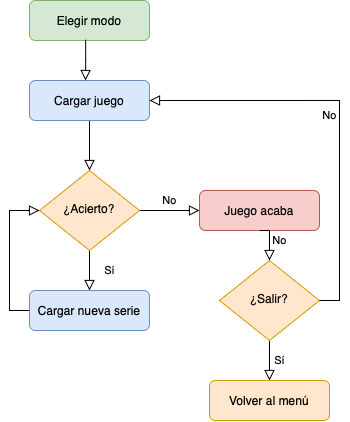
Before: media/diagrama.png, a diagram exported from draw.io (aom387ISO/higherOrLower). Source tidied: cells renumbered, new cells last; positions are measured from the earlier drawing's top-left corner, leaving out a move shared by most shapes. Source of this version:
```xml
<mxGraphModel>
  <root>
    <mxCell id="0" />
    <mxCell id="1" parent="0" />
    <mxCell id="2" style="rounded=0;html=1;jettySize=auto;fontSize=11;endArrow=block;endFill=0;endSize=8;strokeWidth=1;shadow=0;labelBackgroundColor=none;edgeStyle=orthogonalEdgeStyle;" parent="1" edge="1" source="3" target="6">
      <mxGeometry relative="1" as="geometry" />
    </mxCell>
    <mxCell id="3" value="Cargar juego" style="rounded=1;whiteSpace=wrap;html=1;fontSize=12;glass=0;strokeWidth=1;shadow=0;fillColor=#dae8fc;strokeColor=#6c8ebf;" parent="1" vertex="1">
      <mxGeometry y="80" width="120" height="40" as="geometry" />
    </mxCell>
    <mxCell id="4" value="Sí" style="rounded=0;html=1;jettySize=auto;fontSize=11;endArrow=block;endFill=0;endSize=8;strokeWidth=1;shadow=0;labelBackgroundColor=none;edgeStyle=orthogonalEdgeStyle;entryX=0.5;entryY=0;entryDx=0;entryDy=0;" parent="1" edge="1" source="6" target="11">
      <mxGeometry y="20" relative="1" as="geometry" />
    </mxCell>
    <mxCell id="5" value="No" style="edgeStyle=orthogonalEdgeStyle;rounded=0;html=1;jettySize=auto;fontSize=11;endArrow=block;endFill=0;endSize=8;strokeWidth=1;shadow=0;labelBackgroundColor=none;" parent="1" edge="1" source="6" target="7">
      <mxGeometry y="10" relative="1" as="geometry" />
    </mxCell>
    <mxCell id="6" value="¿Acierto?" style="rhombus;whiteSpace=wrap;html=1;shadow=0;fontFamily=Helvetica;fontSize=12;align=center;strokeWidth=1;spacing=6;spacingTop=-4;fillColor=#ffe6cc;strokeColor=#d79b00;" parent="1" vertex="1">
      <mxGeometry x="10" y="170" width="100" height="80" as="geometry" />
    </mxCell>
    <mxCell id="7" value="Juego acaba" style="rounded=1;whiteSpace=wrap;html=1;fontSize=12;glass=0;strokeWidth=1;shadow=0;fillColor=#f8cecc;strokeColor=#b85450;" parent="1" vertex="1">
      <mxGeometry x="170" y="190" width="120" height="40" as="geometry" />
    </mxCell>
    <mxCell id="8" style="edgeStyle=orthogonalEdgeStyle;rounded=0;html=1;jettySize=auto;fontSize=11;endArrow=block;endFill=0;endSize=8;strokeWidth=1;shadow=0;labelBackgroundColor=none;entryX=0;entryY=0.5;entryDx=0;entryDy=0;exitX=0;exitY=0.5;exitDx=0;exitDy=0;" parent="1" edge="1" source="11" target="6">
      <mxGeometry y="10" relative="1" as="geometry" />
    </mxCell>
    <mxCell id="9" value="Elegir modo" style="rounded=1;whiteSpace=wrap;html=1;fontSize=12;glass=0;strokeWidth=1;shadow=0;fillColor=#d5e8d4;strokeColor=#82b366;" parent="1" vertex="1">
      <mxGeometry width="120" height="40" as="geometry" />
    </mxCell>
    <mxCell id="10" style="rounded=0;html=1;jettySize=auto;fontSize=11;endArrow=block;endFill=0;endSize=8;strokeWidth=1;shadow=0;labelBackgroundColor=none;edgeStyle=orthogonalEdgeStyle;exitX=0.468;exitY=0.98;exitDx=0;exitDy=0;exitPerimeter=0;" parent="1" edge="1" source="9">
      <mxGeometry relative="1" as="geometry">
        <mxPoint x="56" y="80" as="targetPoint" />
      </mxGeometry>
    </mxCell>
    <mxCell id="11" value="Cargar nueva serie" style="rounded=1;whiteSpace=wrap;html=1;fontSize=12;glass=0;strokeWidth=1;shadow=0;fillColor=#dae8fc;strokeColor=#6c8ebf;" parent="1" vertex="1">
      <mxGeometry y="290" width="120" height="40" as="geometry" />
    </mxCell>
    <mxCell id="12" value="Sí" style="edgeStyle=orthogonalEdgeStyle;rounded=0;html=1;jettySize=auto;fontSize=11;endArrow=block;endFill=0;endSize=8;strokeWidth=1;shadow=0;labelBackgroundColor=none;" parent="1" edge="1" source="13" target="14">
      <mxGeometry y="10" relative="1" as="geometry" />
    </mxCell>
    <mxCell id="13" value="¿Salir?" style="rhombus;whiteSpace=wrap;html=1;shadow=0;fontFamily=Helvetica;fontSize=12;align=center;strokeWidth=1;spacing=6;spacingTop=-4;fillColor=#ffe6cc;strokeColor=#d79b00;" parent="1" vertex="1">
      <mxGeometry x="190" y="260" width="100" height="80" as="geometry" />
    </mxCell>
    <mxCell id="14" value="Volver al menú" style="rounded=1;whiteSpace=wrap;html=1;fontSize=12;glass=0;strokeWidth=1;shadow=0;fillColor=#ffe6cc;strokeColor=#d79b00;" parent="1" vertex="1">
      <mxGeometry x="180" y="380" width="120" height="40" as="geometry" />
    </mxCell>
    <mxCell id="15" value="No" style="edgeStyle=orthogonalEdgeStyle;rounded=0;html=1;jettySize=auto;fontSize=11;endArrow=block;endFill=0;endSize=8;strokeWidth=1;shadow=0;labelBackgroundColor=none;exitX=0.5;exitY=1;exitDx=0;exitDy=0;entryX=0.5;entryY=0;entryDx=0;entryDy=0;" parent="1" edge="1" source="7" target="13">
      <mxGeometry y="10" relative="1" as="geometry">
        <Array as="points">
          <mxPoint x="240" y="230" />
        </Array>
      </mxGeometry>
    </mxCell>
    <mxCell id="16" value="No" style="edgeStyle=orthogonalEdgeStyle;rounded=0;html=1;jettySize=auto;fontSize=11;endArrow=block;endFill=0;endSize=8;strokeWidth=1;shadow=0;labelBackgroundColor=none;exitX=1;exitY=0.5;exitDx=0;exitDy=0;entryX=1;entryY=0.5;entryDx=0;entryDy=0;" parent="1" edge="1" source="13" target="3">
      <mxGeometry y="10" relative="1" as="geometry" />
    </mxCell>
  </root>
</mxGraphModel>
```
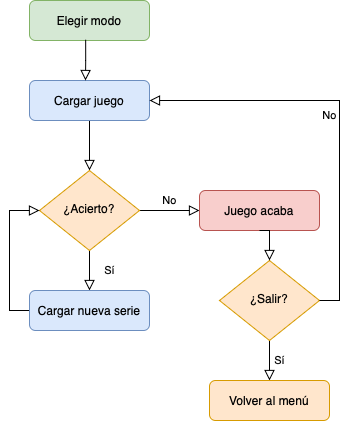
The same file after the commit.

Diff of the diagram source:
```diff
@@ -43,7 +43,7 @@
     <mxCell id="14" value="Volver al menú" style="rounded=1;whiteSpace=wrap;html=1;fontSize=12;glass=0;strokeWidth=1;shadow=0;fillColor=#ffe6cc;strokeColor=#d79b00;" parent="1" vertex="1">
       <mxGeometry x="180" y="380" width="120" height="40" as="geometry" />
     </mxCell>
-    <mxCell id="15" value="No" style="edgeStyle=orthogonalEdgeStyle;rounded=0;html=1;jettySize=auto;fontSize=11;endArrow=block;endFill=0;endSize=8;strokeWidth=1;shadow=0;labelBackgroundColor=none;exitX=0.5;exitY=1;exitDx=0;exitDy=0;entryX=0.5;entryY=0;entryDx=0;entryDy=0;" parent="1" edge="1" source="7" target="13">
+    <mxCell id="15" style="edgeStyle=orthogonalEdgeStyle;rounded=0;html=1;jettySize=auto;fontSize=11;endArrow=block;endFill=0;endSize=8;strokeWidth=1;shadow=0;labelBackgroundColor=none;exitX=0.5;exitY=1;exitDx=0;exitDy=0;entryX=0.5;entryY=0;entryDx=0;entryDy=0;" parent="1" edge="1" source="7" target="13">
       <mxGeometry y="10" relative="1" as="geometry">
         <Array as="points">
           <mxPoint x="240" y="230" />
```
